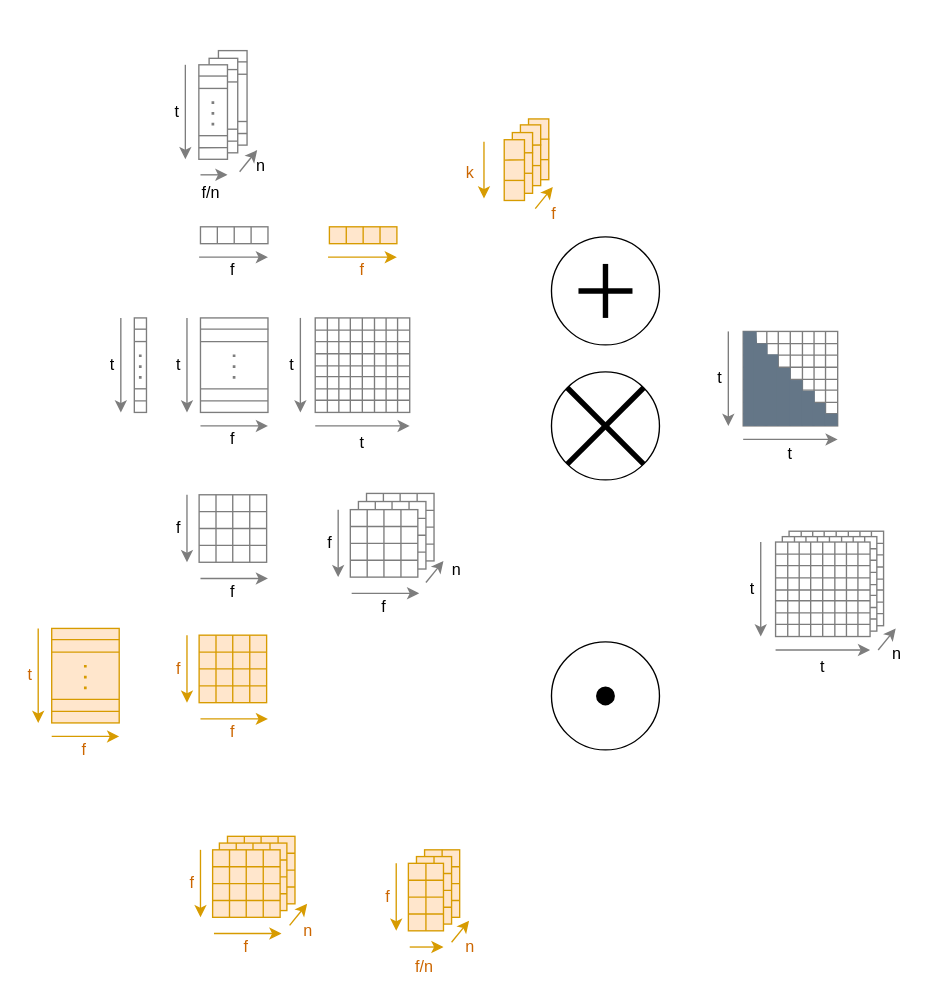
This is page "Base Figures" (1 of 5) of attention.drawio from OleguerCanal/diagrams, a draw.io file, before an edit. Source tidied: cells renumbered, new cells numbered last; positions are measured from the earlier drawing's top-left corner, leaving out a move shared by most shapes. Both pictures are drawn from the tidied source at 135%, with x=0, y=0 at pixel (23, 50).
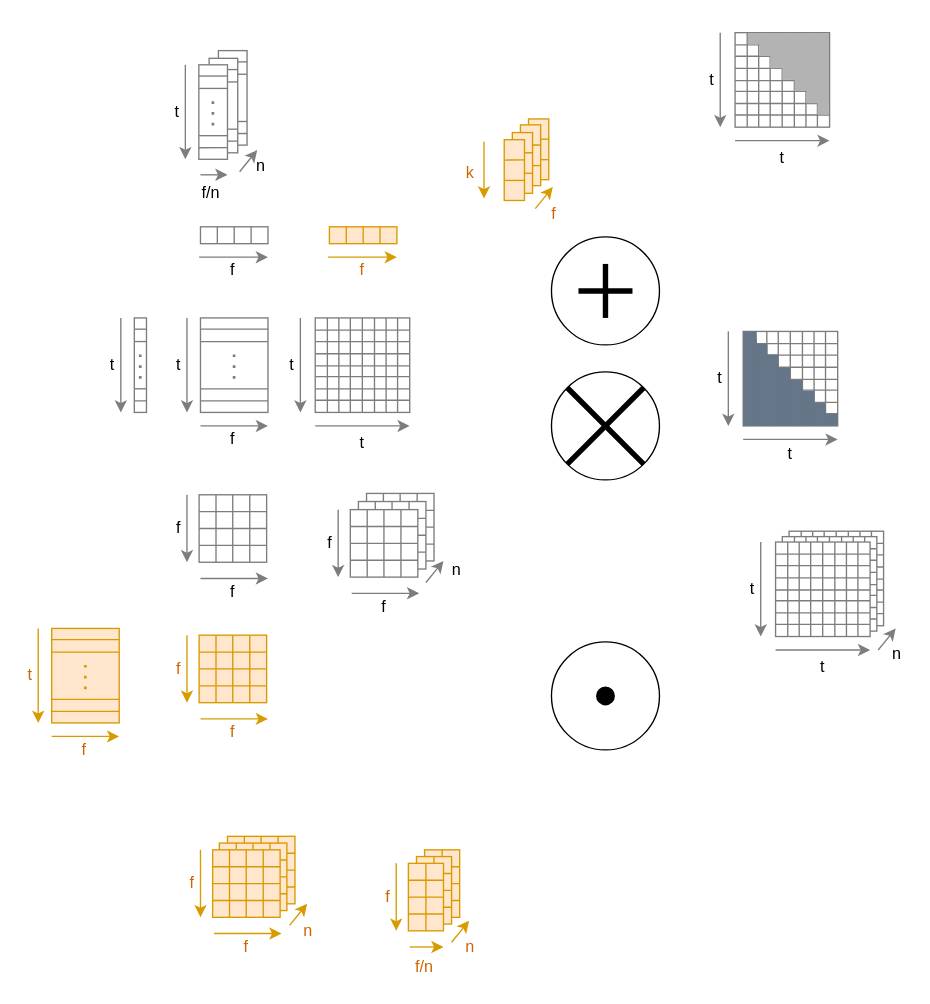
The same diagram, later.

Change to the diagram source:
```diff
@@
+    <mxCell id="284" style="whiteSpace=wrap;html=1;strokeColor=#7D7D7D;" parent="1" vertex="1">
+      <mxGeometry x="527" y="-13.3" width="70" height="70" as="geometry" />
+    </mxCell>
+    <mxCell id="285" style="endArrow=none;html=1;rounded=0;strokeColor=#7D7D7D;entryX=0.25;entryY=0;entryDx=0;entryDy=0;exitX=0.25;exitY=1;exitDx=0;exitDy=0;" parent="1" edge="1" source="284" target="284">
+      <mxGeometry relative="1" as="geometry" />
+    </mxCell>
+    <mxCell id="286" style="endArrow=none;html=1;rounded=0;strokeColor=#7D7D7D;entryX=0.75;entryY=0;entryDx=0;entryDy=0;exitX=0.75;exitY=1;exitDx=0;exitDy=0;" parent="1" edge="1" source="284" target="284">
+      <mxGeometry relative="1" as="geometry" />
+    </mxCell>
+    <mxCell id="287" style="endArrow=none;html=1;rounded=0;strokeColor=#7D7D7D;entryX=0.75;entryY=0;entryDx=0;entryDy=0;exitX=0.75;exitY=1;exitDx=0;exitDy=0;" parent="1" edge="1">
+      <mxGeometry relative="1" as="geometry">
+        <mxPoint x="536" y="56.7" as="sourcePoint" />
+        <mxPoint x="536" y="-13.3" as="targetPoint" />
+      </mxGeometry>
+    </mxCell>
+    <mxCell id="288" style="endArrow=none;html=1;rounded=0;strokeColor=#7D7D7D;entryX=0.75;entryY=0;entryDx=0;entryDy=0;exitX=0.75;exitY=1;exitDx=0;exitDy=0;" parent="1" edge="1">
+      <mxGeometry relative="1" as="geometry">
+        <mxPoint x="588" y="56.7" as="sourcePoint" />
+        <mxPoint x="588" y="-13.3" as="targetPoint" />
+      </mxGeometry>
+    </mxCell>
+    <mxCell id="289" style="endArrow=none;html=1;rounded=0;strokeColor=#7D7D7D;exitX=0;exitY=0.25;exitDx=0;exitDy=0;entryX=1;entryY=0.25;entryDx=0;entryDy=0;" parent="1" edge="1" source="284" target="284">
+      <mxGeometry relative="1" as="geometry" />
+    </mxCell>
+    <mxCell id="290" style="endArrow=none;html=1;rounded=0;strokeColor=#7D7D7D;exitX=0;exitY=0.25;exitDx=0;exitDy=0;entryX=1;entryY=0.25;entryDx=0;entryDy=0;" parent="1" edge="1">
+      <mxGeometry relative="1" as="geometry">
+        <mxPoint x="527" y="-4.3" as="sourcePoint" />
+        <mxPoint x="597" y="-4.3" as="targetPoint" />
+      </mxGeometry>
+    </mxCell>
+    <mxCell id="291" style="endArrow=none;html=1;rounded=0;strokeColor=#7D7D7D;exitX=0;exitY=0.75;exitDx=0;exitDy=0;entryX=1;entryY=0.75;entryDx=0;entryDy=0;" parent="1" edge="1" source="284" target="284">
+      <mxGeometry relative="1" as="geometry" />
+    </mxCell>
+    <mxCell id="292" style="endArrow=none;html=1;rounded=0;strokeColor=#7D7D7D;exitX=0;exitY=0.75;exitDx=0;exitDy=0;entryX=1;entryY=0.75;entryDx=0;entryDy=0;" parent="1" edge="1">
+      <mxGeometry relative="1" as="geometry">
+        <mxPoint x="527" y="47.7" as="sourcePoint" />
+        <mxPoint x="597" y="47.7" as="targetPoint" />
+      </mxGeometry>
+    </mxCell>
+    <mxCell id="293" style="endArrow=none;html=1;rounded=0;strokeColor=#7D7D7D;entryX=0.75;entryY=0;entryDx=0;entryDy=0;exitX=0.75;exitY=1;exitDx=0;exitDy=0;" parent="1" edge="1">
+      <mxGeometry relative="1" as="geometry">
+        <mxPoint x="561.9" y="56.7" as="sourcePoint" />
+        <mxPoint x="561.9" y="-13.3" as="targetPoint" />
+      </mxGeometry>
+    </mxCell>
+    <mxCell id="294" style="endArrow=none;html=1;rounded=0;strokeColor=#7D7D7D;entryX=0.75;entryY=0;entryDx=0;entryDy=0;exitX=0.75;exitY=1;exitDx=0;exitDy=0;" parent="1" edge="1">
+      <mxGeometry relative="1" as="geometry">
+        <mxPoint x="570.9" y="56.7" as="sourcePoint" />
+        <mxPoint x="570.9" y="-13.3" as="targetPoint" />
+      </mxGeometry>
+    </mxCell>
+    <mxCell id="295" style="endArrow=none;html=1;rounded=0;strokeColor=#7D7D7D;entryX=0.75;entryY=0;entryDx=0;entryDy=0;exitX=0.75;exitY=1;exitDx=0;exitDy=0;" parent="1" edge="1">
+      <mxGeometry relative="1" as="geometry">
+        <mxPoint x="553" y="56.7" as="sourcePoint" />
+        <mxPoint x="553" y="-13.3" as="targetPoint" />
+      </mxGeometry>
+    </mxCell>
+    <mxCell id="296" style="endArrow=none;html=1;rounded=0;strokeColor=#7D7D7D;exitX=0;exitY=0.25;exitDx=0;exitDy=0;entryX=1;entryY=0.25;entryDx=0;entryDy=0;" parent="1" edge="1">
+      <mxGeometry relative="1" as="geometry">
+        <mxPoint x="527" y="13.2" as="sourcePoint" />
+        <mxPoint x="597" y="13.2" as="targetPoint" />
+      </mxGeometry>
+    </mxCell>
+    <mxCell id="297" style="endArrow=none;html=1;rounded=0;strokeColor=#7D7D7D;exitX=0;exitY=0.25;exitDx=0;exitDy=0;entryX=1;entryY=0.25;entryDx=0;entryDy=0;" parent="1" edge="1">
+      <mxGeometry relative="1" as="geometry">
+        <mxPoint x="527" y="22.2" as="sourcePoint" />
+        <mxPoint x="597" y="22.2" as="targetPoint" />
+      </mxGeometry>
+    </mxCell>
+    <mxCell id="298" style="endArrow=none;html=1;rounded=0;strokeColor=#7D7D7D;exitX=0;exitY=0.25;exitDx=0;exitDy=0;entryX=1;entryY=0.25;entryDx=0;entryDy=0;" parent="1" edge="1">
+      <mxGeometry relative="1" as="geometry">
+        <mxPoint x="527" y="30.2" as="sourcePoint" />
+        <mxPoint x="597" y="30.2" as="targetPoint" />
+      </mxGeometry>
+    </mxCell>
+    <mxCell id="299" style="endArrow=classic;html=1;rounded=0;strokeColor=#7D7D7D;" parent="1" edge="1">
+      <mxGeometry relative="1" as="geometry">
+        <mxPoint x="516" y="-13.3" as="sourcePoint" />
+        <mxPoint x="516" y="56.7" as="targetPoint" />
+      </mxGeometry>
+    </mxCell>
+    <mxCell id="300" value="t" style="text;html=1;strokeColor=none;fillColor=none;align=center;verticalAlign=middle;whiteSpace=wrap;rounded=0;" parent="1" vertex="1">
+      <mxGeometry x="505" y="6.7" width="10" height="30" as="geometry" />
+    </mxCell>
+    <mxCell id="301" style="endArrow=classic;html=1;rounded=0;strokeColor=#7D7D7D;" parent="1" edge="1">
+      <mxGeometry relative="1" as="geometry">
+        <mxPoint x="527" y="66.7" as="sourcePoint" />
+        <mxPoint x="597" y="66.7" as="targetPoint" />
+      </mxGeometry>
+    </mxCell>
+    <mxCell id="302" value="t" style="text;html=1;strokeColor=none;fillColor=none;align=center;verticalAlign=middle;whiteSpace=wrap;rounded=0;" parent="1" vertex="1">
+      <mxGeometry x="557" y="64.7" width="10" height="30" as="geometry" />
+    </mxCell>
+    <mxCell id="303" style="rounded=0;whiteSpace=wrap;html=1;fillColor=#B3B3B3;strokeColor=none;" parent="1" vertex="1">
+      <mxGeometry x="536.5" y="-13" width="60" height="8.5" as="geometry" />
+    </mxCell>
+    <mxCell id="304" style="rounded=0;whiteSpace=wrap;html=1;fillColor=#B3B3B3;strokeColor=none;" parent="1" vertex="1">
+      <mxGeometry x="545" y="-12" width="51.5" height="16" as="geometry" />
+    </mxCell>
+    <mxCell id="305" style="rounded=0;whiteSpace=wrap;html=1;fillColor=#B3B3B3;strokeColor=none;" parent="1" vertex="1">
+      <mxGeometry x="553" y="-2" width="43.5" height="15" as="geometry" />
+    </mxCell>
+    <mxCell id="306" style="rounded=0;whiteSpace=wrap;html=1;fillColor=#B3B3B3;strokeColor=none;" parent="1" vertex="1">
+      <mxGeometry x="562" y="6.7" width="34.5" height="15" as="geometry" />
+    </mxCell>
+    <mxCell id="307" style="rounded=0;whiteSpace=wrap;html=1;fillColor=#B3B3B3;strokeColor=none;" parent="1" vertex="1">
+      <mxGeometry x="571" y="15" width="25.5" height="15" as="geometry" />
+    </mxCell>
+    <mxCell id="308" style="rounded=0;whiteSpace=wrap;html=1;fillColor=#B3B3B3;strokeColor=none;" parent="1" vertex="1">
+      <mxGeometry x="580" y="24" width="16.5" height="15" as="geometry" />
+    </mxCell>
+    <mxCell id="309" style="rounded=0;whiteSpace=wrap;html=1;fillColor=#B3B3B3;strokeColor=none;" parent="1" vertex="1">
+      <mxGeometry x="588" y="32.5" width="8.5" height="15" as="geometry" />
+    </mxCell>
```
